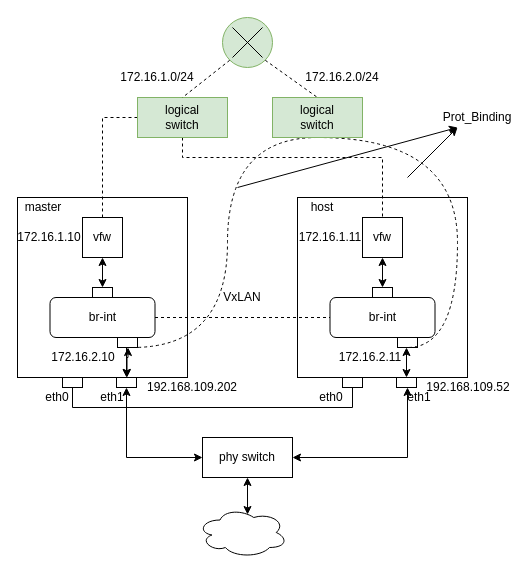
Above: ovn-net.drawio in ctimbai/draw.io (draw.io), before the change. Source tidied: cells renumbered, new cells numbered last; positions are measured from the earlier drawing's top-left corner, leaving out a move shared by most shapes. Both pictures are drawn from the tidied source at 100%, with x=0, y=0 at pixel (17, 17).
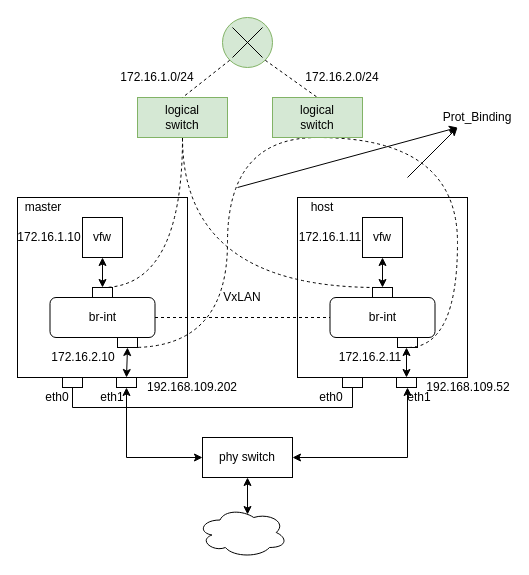
The same diagram, later.

Unchanged cells that the change refers to:
```xml
<mxCell id="5" style="rounded=0;whiteSpace=wrap;html=1;" parent="1" vertex="1">
  <mxGeometry x="100" y="320" width="20" height="10" as="geometry" />
</mxCell>
<mxCell id="7" style="rounded=0;whiteSpace=wrap;html=1;" parent="1" vertex="1">
  <mxGeometry x="75" y="270" width="20" height="10" as="geometry" />
</mxCell>
<mxCell id="9" value="vfw" style="whiteSpace=wrap;html=1;" parent="1" vertex="1">
  <mxGeometry x="65" y="200" width="40" height="40" as="geometry" />
</mxCell>
<mxCell id="12" style="rounded=0;whiteSpace=wrap;html=1;" parent="1" vertex="1">
  <mxGeometry x="99" y="360" width="20" height="10" as="geometry" />
</mxCell>
<mxCell id="20" style="rounded=0;whiteSpace=wrap;html=1;" parent="1" vertex="1">
  <mxGeometry x="355" y="270" width="20" height="10" as="geometry" />
</mxCell>
<mxCell id="21" value="vfw" style="whiteSpace=wrap;html=1;" parent="1" vertex="1">
  <mxGeometry x="345" y="200" width="40" height="40" as="geometry" />
</mxCell>
<mxCell id="27" value="logical&lt;br&gt;switch" style="rounded=0;whiteSpace=wrap;html=1;fillColor=#d5e8d4;strokeColor=#82b366;" parent="1" vertex="1">
  <mxGeometry x="120" y="80" width="90" height="40" as="geometry" />
</mxCell>
```

The edit, as a diff of the source:
```diff
@@
-    <mxCell id="4" style="edgeStyle=orthogonalEdgeStyle;rounded=0;jettySize=auto;html=1;exitX=0.5;exitY=1;exitDx=0;exitDy=0;entryX=0.5;entryY=0;entryDx=0;entryDy=0;endArrow=classic;endFill=1;" parent="1" edge="1" source="5" target="12">
+    <mxCell id="4" style="edgeStyle=none;rounded=0;jettySize=auto;html=1;entryX=0.5;entryY=0;entryDx=0;entryDy=0;startArrow=classic;startFill=1;endArrow=classic;endFill=1;exitX=0.5;exitY=1;exitDx=0;exitDy=0;" parent="1" edge="1" source="5" target="12">
       <mxGeometry relative="1" as="geometry" />
     </mxCell>
@@
-    <mxCell id="8" style="edgeStyle=orthogonalEdgeStyle;rounded=0;jettySize=auto;html=1;exitX=0.5;exitY=0;exitDx=0;exitDy=0;entryX=0;entryY=0.5;entryDx=0;entryDy=0;dashed=1;endArrow=none;endFill=0;" parent="1" edge="1" source="9" target="27">
-      <mxGeometry relative="1" as="geometry" />
+    <mxCell id="8" style="edgeStyle=orthogonalEdgeStyle;rounded=0;jettySize=auto;html=1;exitX=0.5;exitY=0;exitDx=0;exitDy=0;entryX=0.5;entryY=1;entryDx=0;entryDy=0;dashed=1;endArrow=none;endFill=0;curved=1;" parent="1" edge="1" source="7" target="27">
+      <mxGeometry relative="1" as="geometry">
+        <Array as="points">
+          <mxPoint x="165" y="270" />
+        </Array>
+      </mxGeometry>
     </mxCell>
@@
-    <mxCell id="26" style="edgeStyle=orthogonalEdgeStyle;rounded=0;jettySize=auto;html=1;entryX=0.5;entryY=0;entryDx=0;entryDy=0;dashed=1;endArrow=none;endFill=0;" parent="1" edge="1" source="27" target="21">
-      <mxGeometry relative="1" as="geometry">
-        <Array as="points">
-          <mxPoint x="165" y="140" />
-          <mxPoint x="365" y="140" />
-        </Array>
-      </mxGeometry>
-    </mxCell>
+    <mxCell id="57" style="edgeStyle=orthogonalEdgeStyle;curved=1;rounded=0;jettySize=auto;html=1;exitX=0.5;exitY=1;exitDx=0;exitDy=0;entryX=0.25;entryY=0;entryDx=0;entryDy=0;endArrow=none;endFill=0;dashed=1;" parent="1" edge="1" source="27" target="20">
+      <mxGeometry relative="1" as="geometry">
+        <Array as="points">
+          <mxPoint x="165" y="270" />
+        </Array>
+      </mxGeometry>
+    </mxCell>
@@
-    <mxCell id="52" style="edgeStyle=orthogonalEdgeStyle;rounded=0;orthogonalLoop=1;jettySize=auto;html=1;exitX=0.5;exitY=1;exitDx=0;exitDy=0;entryX=0.5;entryY=0;entryDx=0;entryDy=0;endArrow=classic;endFill=1;startArrow=classic;startFill=1;" parent="1" edge="1">
-      <mxGeometry relative="1" as="geometry">
-        <mxPoint x="110.5" y="330" as="sourcePoint" />
-        <mxPoint x="109.5" y="360" as="targetPoint" />
-        <Array as="points">
-          <mxPoint x="111" y="340" />
-          <mxPoint x="110" y="340" />
-        </Array>
-      </mxGeometry>
-    </mxCell>
```
